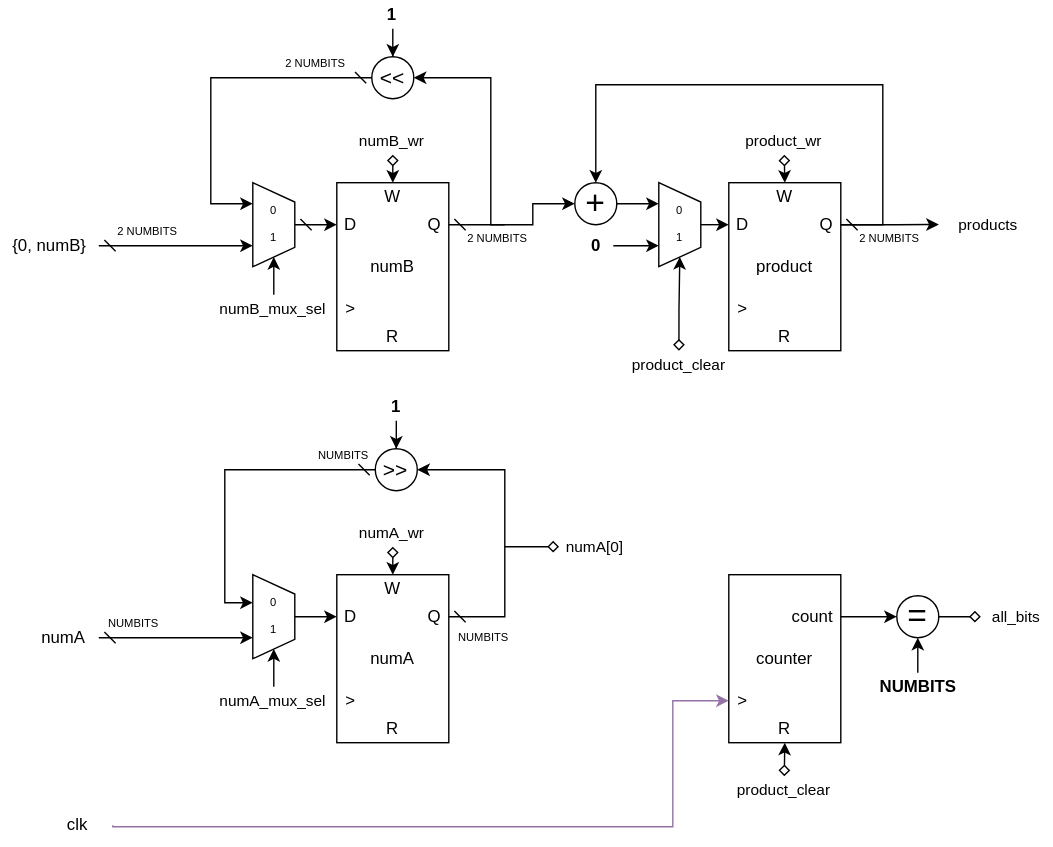
The draw.io diagram Tayyab/SequentialSignedMultiplier/docs/images/datapath.drawio.svg in medsuet/Xcelerium-IC-Design-Training, before a commit. Source tidied: cells renumbered, new cells last; positions are measured from the earlier drawing's top-left corner, leaving out a move shared by most shapes.
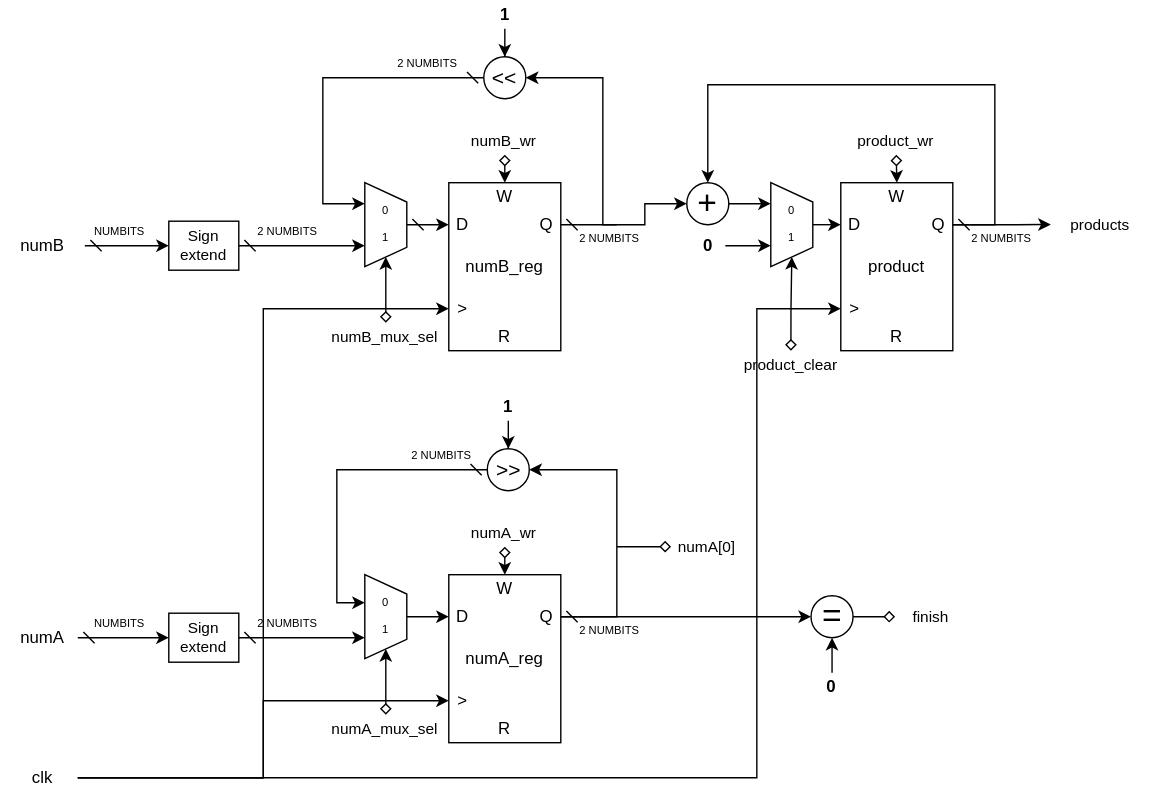
The same diagram one commit later.

Change to the diagram source:
```diff
@@ -5,7 +5,7 @@
     <mxCell id="2" style="group;" parent="1" vertex="1">
       <mxGeometry x="240" y="130" width="80" height="120" as="geometry" />
     </mxCell>
-    <mxCell id="3" value="numB" style="rounded=0;whiteSpace=wrap;html=1;" parent="2" vertex="1">
+    <mxCell id="3" value="numB_reg" style="rounded=0;whiteSpace=wrap;html=1;" parent="2" vertex="1">
       <mxGeometry width="80" height="120" as="geometry" />
     </mxCell>
     <mxCell id="4" value="D" style="text;html=1;align=center;verticalAlign=middle;whiteSpace=wrap;rounded=0;" parent="2" vertex="1">
@@ -23,11 +23,17 @@
     <mxCell id="8" value="W" style="text;html=1;align=center;verticalAlign=middle;whiteSpace=wrap;rounded=0;" parent="2" vertex="1">
       <mxGeometry x="30" width="20" height="20" as="geometry" />
     </mxCell>
+    <mxCell id="87" style="edgeStyle=orthogonalEdgeStyle;rounded=0;jettySize=auto;html=1;exitX=1;exitY=0.5;exitDx=0;exitDy=0;entryX=0;entryY=0.5;entryDx=0;entryDy=0;startArrow=dash;startFill=0;" parent="1" edge="1" source="9" target="97">
+      <mxGeometry relative="1" as="geometry" />
+    </mxCell>
     <mxCell id="9" value="numA" style="text;html=1;align=center;verticalAlign=middle;whiteSpace=wrap;rounded=0;" parent="1" vertex="1">
-      <mxGeometry x="20" y="440" width="50" height="30" as="geometry" />
+      <mxGeometry x="-75" y="440" width="50" height="30" as="geometry" />
     </mxCell>
+    <mxCell id="88" style="edgeStyle=orthogonalEdgeStyle;rounded=0;jettySize=auto;html=1;startArrow=dash;startFill=0;" parent="1" edge="1" source="10" target="93">
+      <mxGeometry relative="1" as="geometry" />
+    </mxCell>
-    <mxCell id="10" value="{0, numB}" style="text;html=1;align=center;verticalAlign=middle;whiteSpace=wrap;rounded=0;" parent="1" vertex="1">
-      <mxGeometry y="160" width="70" height="30" as="geometry" />
+    <mxCell id="10" value="numB" style="text;html=1;align=center;verticalAlign=middle;whiteSpace=wrap;rounded=0;" parent="1" vertex="1">
+      <mxGeometry x="-80" y="160" width="60" height="30" as="geometry" />
     </mxCell>
     <mxCell id="11" style="group;" parent="1" vertex="1">
       <mxGeometry x="520" y="130" width="80" height="120" as="geometry" />
@@ -127,7 +133,7 @@
     <mxCell id="33" style="group;" parent="1" vertex="1">
       <mxGeometry x="240" y="410" width="80" height="120" as="geometry" />
     </mxCell>
-    <mxCell id="34" value="numA" style="rounded=0;whiteSpace=wrap;html=1;" parent="33" vertex="1">
+    <mxCell id="34" value="numA_reg" style="rounded=0;whiteSpace=wrap;html=1;" parent="33" vertex="1">
       <mxGeometry width="80" height="120" as="geometry" />
     </mxCell>
     <mxCell id="35" value="D" style="text;html=1;align=center;verticalAlign=middle;whiteSpace=wrap;rounded=0;" parent="33" vertex="1">
@@ -151,9 +157,6 @@
     <mxCell id="41" value="&lt;font style=&quot;font-size: 8px;&quot;&gt;0&lt;/font&gt;&lt;div&gt;&lt;br&gt;&lt;/div&gt;&lt;div&gt;&lt;div style=&quot;font-size: 8px;&quot;&gt;&lt;font style=&quot;font-size: 8px;&quot;&gt;1&lt;/font&gt;&lt;/div&gt;&lt;/div&gt;" style="verticalLabelPosition=middle;verticalAlign=middle;html=1;shape=trapezoid;perimeter=trapezoidPerimeter;whiteSpace=wrap;size=0.23;arcSize=10;flipV=1;labelPosition=center;align=center;direction=south;fontSize=8;points=[[0.25,1,0,0,0],[0.5,0,0,0,0],[0.5,0.12,0,0,0],[0.5,0.9,0,0,0],[0.75,1,0,0,0]];" parent="1" vertex="1">
       <mxGeometry x="180" y="410" width="30" height="60" as="geometry" />
     </mxCell>
-    <mxCell id="42" style="edgeStyle=orthogonalEdgeStyle;rounded=0;jettySize=auto;html=1;exitX=1;exitY=0.5;exitDx=0;exitDy=0;entryX=0.25;entryY=1;entryDx=0;entryDy=0;entryPerimeter=0;startArrow=dash;startFill=0;" parent="1" edge="1" source="9" target="41">
-      <mxGeometry relative="1" as="geometry" />
-    </mxCell>
     <mxCell id="43" value="&lt;font style=&quot;font-size: 15px;&quot;&gt;&amp;gt;&amp;gt;&lt;/font&gt;" style="ellipse;whiteSpace=wrap;html=1;fontSize=24;fontStyle=0;verticalAlign=bottom;" parent="1" vertex="1">
       <mxGeometry x="267.5" y="320" width="30" height="30" as="geometry" />
     </mxCell>
@@ -201,21 +204,6 @@
     <mxCell id="57" value="product_clear" style="text;html=1;align=center;verticalAlign=middle;whiteSpace=wrap;rounded=0;fontSize=11;" parent="1" vertex="1">
       <mxGeometry x="448.8" y="250" width="71.2" height="20" as="geometry" />
     </mxCell>
-    <mxCell id="58" style="group;" parent="1" vertex="1">
-      <mxGeometry x="520" y="410" width="80" height="120" as="geometry" />
-    </mxCell>
-    <mxCell id="59" value="counter" style="rounded=0;whiteSpace=wrap;html=1;" parent="58" vertex="1">
-      <mxGeometry width="80" height="120" as="geometry" />
-    </mxCell>
-    <mxCell id="60" value="&amp;gt;" style="text;html=1;align=center;verticalAlign=middle;whiteSpace=wrap;rounded=0;" parent="58" vertex="1">
-      <mxGeometry y="80" width="20" height="20" as="geometry" />
-    </mxCell>
-    <mxCell id="61" value="count" style="text;html=1;align=center;verticalAlign=middle;whiteSpace=wrap;rounded=0;" parent="58" vertex="1">
-      <mxGeometry x="40" y="20" width="40" height="20" as="geometry" />
-    </mxCell>
-    <mxCell id="62" value="R" style="text;html=1;align=center;verticalAlign=middle;whiteSpace=wrap;rounded=0;" parent="58" vertex="1">
-      <mxGeometry x="30" y="100" width="20" height="20" as="geometry" />
-    </mxCell>
     <mxCell id="63" style="edgeStyle=orthogonalEdgeStyle;rounded=0;jettySize=auto;html=1;exitX=1;exitY=0.5;exitDx=0;exitDy=0;entryX=1;entryY=0.5;entryDx=0;entryDy=0;startArrow=dash;startFill=0;" parent="1" edge="1" source="37" target="43">
       <mxGeometry relative="1" as="geometry">
         <Array as="points">
@@ -225,82 +213,98 @@
         </Array>
       </mxGeometry>
     </mxCell>
-    <mxCell id="64" style="edgeStyle=orthogonalEdgeStyle;rounded=0;jettySize=auto;html=1;exitX=1;exitY=0.5;exitDx=0;exitDy=0;entryX=0;entryY=0.5;entryDx=0;entryDy=0;fillColor=#e1d5e7;strokeColor=#9673a6;" parent="1" edge="1" source="65" target="60">
-      <mxGeometry relative="1" as="geometry">
-        <Array as="points">
-          <mxPoint x="80" y="590" />
-          <mxPoint x="480" y="590" />
-          <mxPoint x="480" y="500" />
-        </Array>
-      </mxGeometry>
-    </mxCell>
+    <mxCell id="89" style="edgeStyle=orthogonalEdgeStyle;rounded=0;jettySize=auto;html=1;exitX=1;exitY=0.5;exitDx=0;exitDy=0;entryX=0;entryY=0.5;entryDx=0;entryDy=0;" parent="1" edge="1" source="65" target="36">
+      <mxGeometry relative="1" as="geometry" />
+    </mxCell>
+    <mxCell id="90" style="edgeStyle=orthogonalEdgeStyle;rounded=0;jettySize=auto;html=1;exitX=1;exitY=0.5;exitDx=0;exitDy=0;entryX=0;entryY=0.5;entryDx=0;entryDy=0;" parent="1" edge="1" source="65" target="5">
+      <mxGeometry relative="1" as="geometry" />
+    </mxCell>
+    <mxCell id="91" style="edgeStyle=orthogonalEdgeStyle;rounded=0;jettySize=auto;html=1;exitX=1;exitY=0.5;exitDx=0;exitDy=0;entryX=0;entryY=0.5;entryDx=0;entryDy=0;" parent="1" edge="1" source="65" target="14">
+      <mxGeometry relative="1" as="geometry">
+        <Array as="points">
+          <mxPoint x="460" y="555" />
+          <mxPoint x="460" y="220" />
+        </Array>
+      </mxGeometry>
+    </mxCell>
     <mxCell id="65" value="clk" style="text;html=1;align=center;verticalAlign=middle;whiteSpace=wrap;rounded=0;" parent="1" vertex="1">
-      <mxGeometry x="30" y="574" width="50" height="30" as="geometry" />
+      <mxGeometry x="-75" y="540" width="50" height="30" as="geometry" />
     </mxCell>
-    <mxCell id="66" style="edgeStyle=orthogonalEdgeStyle;rounded=0;jettySize=auto;html=1;exitX=0.5;exitY=0;exitDx=0;exitDy=0;entryX=0.5;entryY=1;entryDx=0;entryDy=0;startArrow=diamond;startFill=0;" parent="1" edge="1" source="67" target="62">
-      <mxGeometry relative="1" as="geometry" />
-    </mxCell>
-    <mxCell id="67" value="product_clear" style="text;html=1;align=center;verticalAlign=middle;whiteSpace=wrap;rounded=0;fontSize=11;" parent="1" vertex="1">
-      <mxGeometry x="524" y="554" width="71.2" height="20" as="geometry" />
-    </mxCell>
     <mxCell id="68" value="products" style="text;html=1;align=center;verticalAlign=middle;whiteSpace=wrap;rounded=0;fontSize=11;" parent="1" vertex="1">
       <mxGeometry x="670" y="150" width="71.2" height="20" as="geometry" />
     </mxCell>
     <mxCell id="69" value="&lt;font style=&quot;font-size: 8px;&quot;&gt;2 NUMBITS&lt;/font&gt;" style="text;html=1;align=center;verticalAlign=middle;whiteSpace=wrap;rounded=0;fontSize=8;" parent="1" vertex="1">
-      <mxGeometry x="80" y="160" width="50" height="10" as="geometry" />
+      <mxGeometry x="100" y="160" width="50" height="10" as="geometry" />
     </mxCell>
-    <mxCell id="70" value="&lt;font style=&quot;font-size: 8px;&quot;&gt;NUMBITS&lt;/font&gt;" style="text;html=1;align=center;verticalAlign=middle;whiteSpace=wrap;rounded=0;fontSize=8;" parent="1" vertex="1">
-      <mxGeometry x="80" y="440" width="30" height="10" as="geometry" />
-    </mxCell>
     <mxCell id="71" value="&lt;font style=&quot;font-size: 8px;&quot;&gt;2 NUMBITS&lt;/font&gt;" style="text;html=1;align=center;verticalAlign=middle;whiteSpace=wrap;rounded=0;fontSize=8;" parent="1" vertex="1">
       <mxGeometry x="330" y="165" width="50" height="10" as="geometry" />
     </mxCell>
     <mxCell id="72" value="&lt;font style=&quot;font-size: 8px;&quot;&gt;2 NUMBITS&lt;/font&gt;" style="text;html=1;align=center;verticalAlign=middle;whiteSpace=wrap;rounded=0;fontSize=8;" parent="1" vertex="1">
       <mxGeometry x="200" y="40" width="50" height="10" as="geometry" />
     </mxCell>
-    <mxCell id="73" style="edgeStyle=orthogonalEdgeStyle;rounded=0;jettySize=auto;html=1;entryX=0.25;entryY=1;entryDx=0;entryDy=0;entryPerimeter=0;startArrow=dash;startFill=0;" parent="1" edge="1" source="10" target="20">
-      <mxGeometry relative="1" as="geometry" />
-    </mxCell>
     <mxCell id="74" value="&lt;font style=&quot;font-size: 8px;&quot;&gt;2 NUMBITS&lt;/font&gt;" style="text;html=1;align=center;verticalAlign=middle;whiteSpace=wrap;rounded=0;fontSize=8;" parent="1" vertex="1">
       <mxGeometry x="610" y="165" width="50" height="10" as="geometry" />
     </mxCell>
-    <mxCell id="75" value="&lt;font style=&quot;font-size: 8px;&quot;&gt;NUMBITS&lt;/font&gt;" style="text;html=1;align=center;verticalAlign=middle;whiteSpace=wrap;rounded=0;fontSize=8;" parent="1" vertex="1">
-      <mxGeometry x="330" y="450" width="30" height="10" as="geometry" />
+    <mxCell id="75" value="&lt;font style=&quot;font-size: 8px;&quot;&gt;2 NUMBITS&lt;/font&gt;" style="text;html=1;align=center;verticalAlign=middle;whiteSpace=wrap;rounded=0;fontSize=8;" parent="1" vertex="1">
+      <mxGeometry x="330" y="445" width="50" height="10" as="geometry" />
     </mxCell>
-    <mxCell id="76" value="&lt;font style=&quot;font-size: 8px;&quot;&gt;NUMBITS&lt;/font&gt;" style="text;html=1;align=center;verticalAlign=middle;whiteSpace=wrap;rounded=0;fontSize=8;" parent="1" vertex="1">
-      <mxGeometry x="230" y="320" width="30" height="10" as="geometry" />
+    <mxCell id="76" value="&lt;font style=&quot;font-size: 8px;&quot;&gt;2 NUMBITS&lt;/font&gt;" style="text;html=1;align=center;verticalAlign=middle;whiteSpace=wrap;rounded=0;fontSize=8;" parent="1" vertex="1">
+      <mxGeometry x="210" y="320" width="50" height="10" as="geometry" />
     </mxCell>
-    <mxCell id="77" style="edgeStyle=orthogonalEdgeStyle;rounded=0;jettySize=auto;html=1;exitX=0.5;exitY=0;exitDx=0;exitDy=0;" parent="1" edge="1" source="78" target="20">
+    <mxCell id="77" style="edgeStyle=orthogonalEdgeStyle;rounded=0;jettySize=auto;html=1;exitX=0.5;exitY=0;exitDx=0;exitDy=0;startArrow=diamond;startFill=0;" parent="1" edge="1" source="78" target="20">
       <mxGeometry relative="1" as="geometry" />
     </mxCell>
     <mxCell id="78" value="numB_mux_sel" style="text;html=1;align=center;verticalAlign=middle;whiteSpace=wrap;rounded=0;fontSize=11;" parent="1" vertex="1">
-      <mxGeometry x="159.4" y="210" width="71.2" height="20" as="geometry" />
+      <mxGeometry x="159.4" y="230" width="71.2" height="20" as="geometry" />
     </mxCell>
-    <mxCell id="79" style="edgeStyle=orthogonalEdgeStyle;rounded=0;jettySize=auto;html=1;exitX=0.5;exitY=0;exitDx=0;exitDy=0;" parent="1" edge="1" source="80" target="41">
+    <mxCell id="79" style="edgeStyle=orthogonalEdgeStyle;rounded=0;jettySize=auto;html=1;exitX=0.5;exitY=0;exitDx=0;exitDy=0;startArrow=diamond;startFill=0;" parent="1" edge="1" source="80" target="41">
       <mxGeometry relative="1" as="geometry" />
     </mxCell>
     <mxCell id="80" value="numA_mux_sel" style="text;html=1;align=center;verticalAlign=middle;whiteSpace=wrap;rounded=0;fontSize=11;" parent="1" vertex="1">
-      <mxGeometry x="159.4" y="490" width="71.2" height="20" as="geometry" />
+      <mxGeometry x="159.4" y="510" width="71.2" height="20" as="geometry" />
     </mxCell>
     <mxCell id="81" style="edgeStyle=orthogonalEdgeStyle;rounded=0;jettySize=auto;html=1;exitX=1;exitY=0.5;exitDx=0;exitDy=0;endArrow=diamond;endFill=0;" parent="1" edge="1" source="82">
       <mxGeometry relative="1" as="geometry">
-        <mxPoint x="700" y="439.8" as="targetPoint" />
+        <mxPoint x="558.8" y="439.8" as="targetPoint" />
       </mxGeometry>
     </mxCell>
     <mxCell id="82" value="=" style="ellipse;whiteSpace=wrap;html=1;fontSize=24;fontStyle=0;" parent="1" vertex="1">
-      <mxGeometry x="640" y="425" width="30" height="30" as="geometry" />
+      <mxGeometry x="498.8" y="425" width="30" height="30" as="geometry" />
     </mxCell>
-    <mxCell id="83" style="edgeStyle=orthogonalEdgeStyle;rounded=0;jettySize=auto;html=1;exitX=1;exitY=0.5;exitDx=0;exitDy=0;entryX=0;entryY=0.5;entryDx=0;entryDy=0;" parent="1" edge="1" source="61" target="82">
-      <mxGeometry relative="1" as="geometry" />
-    </mxCell>
-    <mxCell id="84" style="edgeStyle=orthogonalEdgeStyle;rounded=0;jettySize=auto;html=1;exitX=0.5;exitY=0;exitDx=0;exitDy=0;entryX=0.5;entryY=1;entryDx=0;entryDy=0;" parent="1" edge="1" source="85" target="82">
-      <mxGeometry relative="1" as="geometry" />
+    <mxCell id="84" style="edgeStyle=orthogonalEdgeStyle;rounded=0;jettySize=auto;html=1;exitX=0.5;exitY=0;exitDx=0;exitDy=0;entryX=0.5;entryY=1;entryDx=0;entryDy=0;" parent="1" edge="1" target="82">
+      <mxGeometry relative="1" as="geometry">
+        <mxPoint x="513.8" y="480" as="sourcePoint" />
+      </mxGeometry>
     </mxCell>
-    <mxCell id="85" value="NUMBITS" style="text;html=1;align=center;verticalAlign=middle;whiteSpace=wrap;rounded=0;fontSize=12;fontStyle=1;" parent="1" vertex="1">
-      <mxGeometry x="642.5" y="480" width="25" height="20" as="geometry" />
+    <mxCell id="85" value="0" style="text;html=1;align=center;verticalAlign=middle;whiteSpace=wrap;rounded=0;fontSize=12;fontStyle=1;" parent="1" vertex="1">
+      <mxGeometry x="501.2" y="480" width="25" height="20" as="geometry" />
     </mxCell>
-    <mxCell id="86" value="&lt;div style=&quot;direction: rtl;&quot;&gt;all_bits&lt;/div&gt;" style="text;html=1;align=center;verticalAlign=middle;whiteSpace=wrap;rounded=0;fontSize=11;" parent="1" vertex="1">
-      <mxGeometry x="700" y="430" width="51.2" height="20" as="geometry" />
+    <mxCell id="86" value="&lt;div style=&quot;direction: rtl;&quot;&gt;finish&lt;/div&gt;" style="text;html=1;align=center;verticalAlign=middle;whiteSpace=wrap;rounded=0;fontSize=11;" parent="1" vertex="1">
+      <mxGeometry x="558.8" y="430" width="51.2" height="20" as="geometry" />
     </mxCell>
+    <mxCell id="92" style="edgeStyle=orthogonalEdgeStyle;rounded=0;jettySize=auto;html=1;exitX=1;exitY=0.5;exitDx=0;exitDy=0;entryX=0;entryY=0.5;entryDx=0;entryDy=0;" parent="1" edge="1" source="37" target="82">
+      <mxGeometry relative="1" as="geometry" />
+    </mxCell>
+    <mxCell id="93" value="Sign extend" style="rounded=0;whiteSpace=wrap;html=1;fontSize=11;" parent="1" vertex="1">
+      <mxGeometry x="40" y="157.5" width="50" height="35" as="geometry" />
+    </mxCell>
+    <mxCell id="94" style="edgeStyle=orthogonalEdgeStyle;rounded=0;jettySize=auto;html=1;exitX=1;exitY=0.5;exitDx=0;exitDy=0;entryX=0.25;entryY=1;entryDx=0;entryDy=0;entryPerimeter=0;startArrow=dash;startFill=0;" parent="1" edge="1" source="93" target="20">
+      <mxGeometry relative="1" as="geometry" />
+    </mxCell>
+    <mxCell id="95" value="&lt;font style=&quot;font-size: 8px;&quot;&gt;NUMBITS&lt;/font&gt;" style="text;html=1;align=center;verticalAlign=middle;whiteSpace=wrap;rounded=0;fontSize=8;" parent="1" vertex="1">
+      <mxGeometry x="-20" y="160" width="50" height="10" as="geometry" />
+    </mxCell>
+    <mxCell id="96" value="&lt;font style=&quot;font-size: 8px;&quot;&gt;2 NUMBITS&lt;/font&gt;" style="text;html=1;align=center;verticalAlign=middle;whiteSpace=wrap;rounded=0;fontSize=8;" parent="1" vertex="1">
+      <mxGeometry x="100" y="440" width="50" height="10" as="geometry" />
+    </mxCell>
+    <mxCell id="97" value="Sign extend" style="rounded=0;whiteSpace=wrap;html=1;fontSize=11;" parent="1" vertex="1">
+      <mxGeometry x="40" y="437.5" width="50" height="35" as="geometry" />
+    </mxCell>
+    <mxCell id="98" value="&lt;font style=&quot;font-size: 8px;&quot;&gt;NUMBITS&lt;/font&gt;" style="text;html=1;align=center;verticalAlign=middle;whiteSpace=wrap;rounded=0;fontSize=8;" parent="1" vertex="1">
+      <mxGeometry x="-20" y="440" width="50" height="10" as="geometry" />
+    </mxCell>
+    <mxCell id="99" style="edgeStyle=orthogonalEdgeStyle;rounded=0;jettySize=auto;html=1;exitX=1;exitY=0.5;exitDx=0;exitDy=0;entryX=0.25;entryY=1;entryDx=0;entryDy=0;entryPerimeter=0;startArrow=dash;startFill=0;" parent="1" edge="1" source="97" target="41">
+      <mxGeometry relative="1" as="geometry" />
+    </mxCell>
   </root>
 </mxGraphModel>
```
